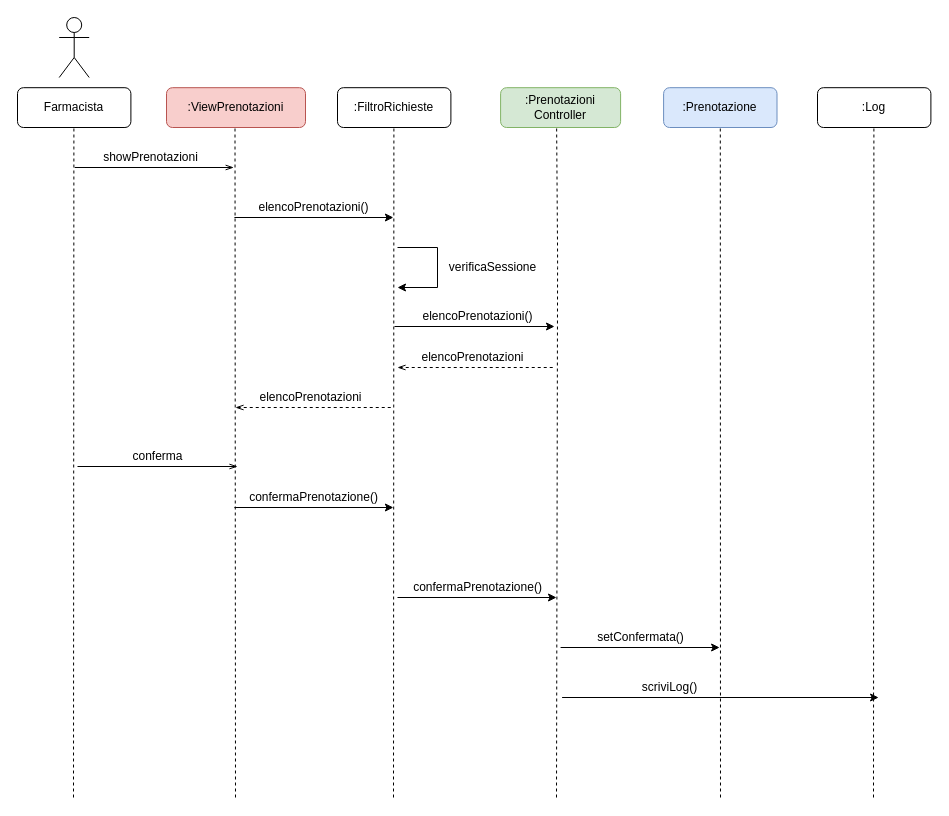
Earlier version of the draw.io diagram page "ConfermaPrenotazione" (4 of 7) of drawio/Progettazione/Interazione.drawio (lnwor/farmabyte-doc). Source tidied: cells renumbered, new cells numbered last; positions are measured from the earlier drawing's top-left corner, leaving out a move shared by most shapes. Both pictures are drawn from the tidied source at 100%, with x=0, y=0 at pixel (17, 17).
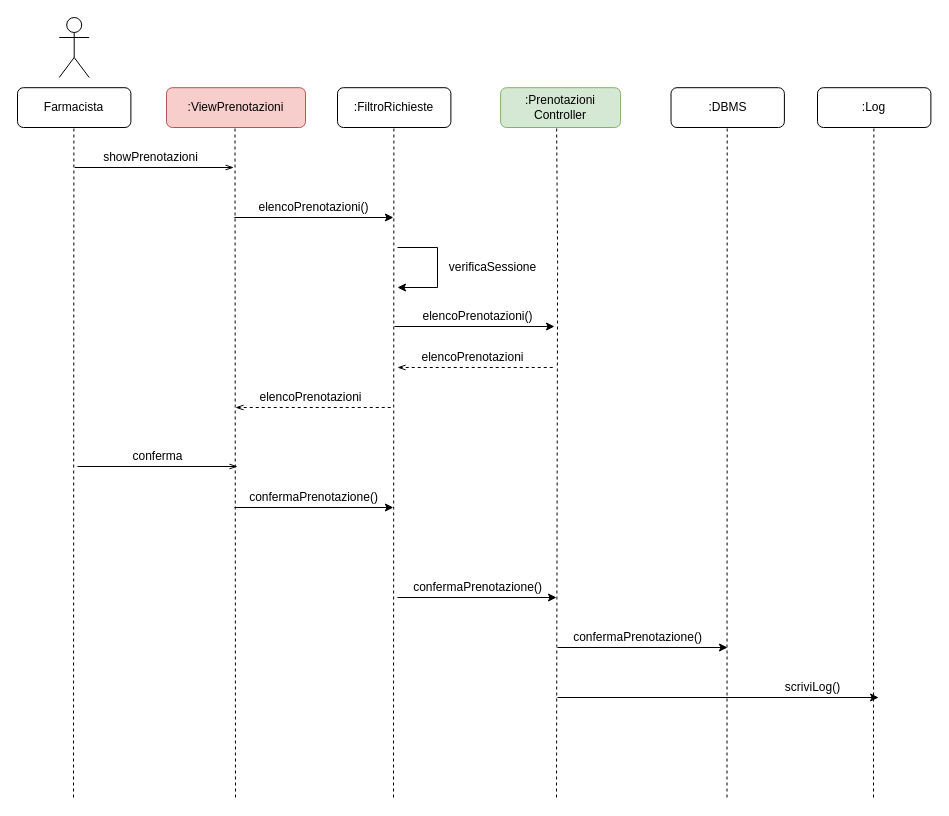
The same page after the edit.

The edit, as a diff of the source:
```diff
@@
-    <mxCell id="10" value=":Prenotazione" style="rounded=1;whiteSpace=wrap;html=1;fillColor=#dae8fc;strokeColor=#6c8ebf;" parent="1" vertex="1">
-      <mxGeometry x="646.1" y="70.2" width="113.4" height="39.8" as="geometry" />
-    </mxCell>
@@
-    <mxCell id="14" style="endArrow=none;dashed=1;html=1;entryX=0.5;entryY=1;entryDx=0;entryDy=0;" parent="1" edge="1" target="10">
-      <mxGeometry relative="1" as="geometry">
-        <mxPoint x="703" y="780" as="sourcePoint" />
-      </mxGeometry>
-    </mxCell>
@@
-    <mxCell id="21" value="setConfermata()" style="text;html=1;align=center;verticalAlign=middle;strokeColor=none;" parent="1" vertex="1">
-      <mxGeometry x="572.6" y="610" width="100" height="20" as="geometry" />
-    </mxCell>
-    <mxCell id="22" style="endArrow=classic;html=1;" parent="1" edge="1">
-      <mxGeometry relative="1" as="geometry">
-        <mxPoint x="543.1" y="630" as="sourcePoint" />
-        <mxPoint x="702.1" y="630" as="targetPoint" />
-      </mxGeometry>
-    </mxCell>
@@
     <mxCell id="35" style="endArrow=classic;html=1;" parent="1" edge="1">
       <mxGeometry relative="1" as="geometry">
-        <mxPoint x="544.6" y="680" as="sourcePoint" />
+        <mxPoint x="540" y="680" as="sourcePoint" />
         <mxPoint x="861.1" y="680" as="targetPoint" />
       </mxGeometry>
     </mxCell>
     <mxCell id="36" value="scriviLog()" style="text;html=1;align=center;verticalAlign=middle;strokeColor=none;" parent="1" vertex="1">
-      <mxGeometry x="616.5" y="660" width="70" height="20" as="geometry" />
+      <mxGeometry x="760" y="660" width="70" height="20" as="geometry" />
     </mxCell>
+    <mxCell id="37" value=":DBMS" style="rounded=1;whiteSpace=wrap;html=1;" parent="1" vertex="1">
+      <mxGeometry x="653.5" y="70.2" width="113.4" height="39.8" as="geometry" />
+    </mxCell>
+    <mxCell id="38" style="endArrow=none;dashed=1;html=1;entryX=0.5;entryY=1;entryDx=0;entryDy=0;" parent="1" edge="1">
+      <mxGeometry relative="1" as="geometry">
+        <mxPoint x="709.5" y="780" as="sourcePoint" />
+        <mxPoint x="709.7" y="110" as="targetPoint" />
+      </mxGeometry>
+    </mxCell>
+    <mxCell id="39" value="confermaPrenotazione()" style="text;html=1;align=center;verticalAlign=middle;strokeColor=none;" parent="1" vertex="1">
+      <mxGeometry x="549.5" y="610" width="140" height="20" as="geometry" />
+    </mxCell>
+    <mxCell id="40" style="endArrow=classic;html=1;" parent="1" edge="1">
+      <mxGeometry relative="1" as="geometry">
+        <mxPoint x="540" y="630" as="sourcePoint" />
+        <mxPoint x="710" y="630" as="targetPoint" />
+      </mxGeometry>
+    </mxCell>
```
